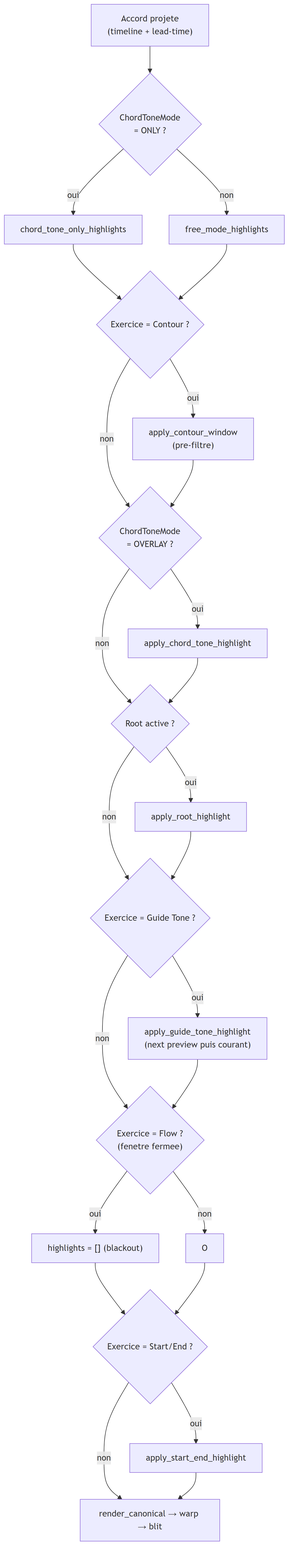
Above: rapport/figures/solution-technique/2Dbis-pipeline-d-overlays-dans-ren.png in AlexandreRiedo/leadsheet-utility (Mermaid), before the change. Its source is kept beside it as rapport/figures/solution-technique/2Dbis-pipeline-d-overlays-dans-ren.mmd.
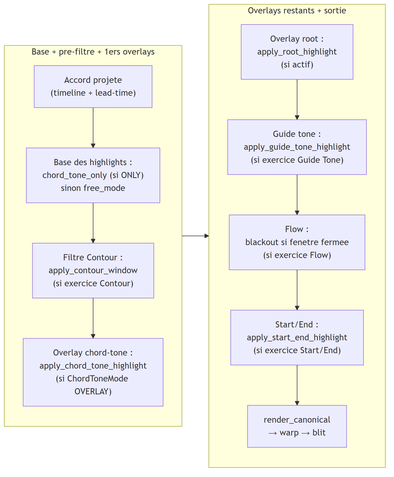
The same diagram one commit later.

Diff of the diagram source:
```diff
@@ -1,25 +1,15 @@
-flowchart TD
-    A["Accord projete<br/>(timeline + lead-time)"] --> B{"ChordToneMode<br/>= ONLY ?"}
-    B -- oui --> C["chord_tone_only_highlights"]
-    B -- non --> D["free_mode_highlights"]
-    C --> E{"Exercice = Contour ?"}
-    D --> E
-    E -- oui --> F["apply_contour_window<br/>(pre-filtre)"]
-    E -- non --> G
-    F --> G{"ChordToneMode<br/>= OVERLAY ?"}
-    G -- oui --> H["apply_chord_tone_highlight"]
-    G -- non --> I
-    H --> I{"Root active ?"}
-    I -- oui --> J["apply_root_highlight"]
-    I -- non --> K
-    J --> K{"Exercice = Guide Tone ?"}
-    K -- oui --> L["apply_guide_tone_highlight<br/>(next preview puis courant)"]
-    K -- non --> M
-    L --> M{"Exercice = Flow ?<br/>(fenetre fermee)"}
-    M -- oui --> N["highlights = [] (blackout)"]
-    M -- non --> O
-    N --> P
-    O --> P{"Exercice = Start/End ?"}
-    P -- oui --> Q["apply_start_end_highlight"]
-    P -- non --> R
-    Q --> R["render_canonical → warp → blit"]
+flowchart LR
+    subgraph col1 ["Base + pre-filtre + 1ers overlays"]
+        direction TB
+        A["Accord projete<br/>(timeline + lead-time)"] --> B["Base des highlights :<br/>chord_tone_only (si ONLY)<br/>sinon free_mode"]
+        B --> C["Filtre Contour :<br/>apply_contour_window<br/>(si exercice Contour)"]
+        C --> D["Overlay chord-tone :<br/>apply_chord_tone_highlight<br/>(si ChordToneMode OVERLAY)"]
+    end
+    subgraph col2 ["Overlays restants + sortie"]
+        direction TB
+        E["Overlay root :<br/>apply_root_highlight<br/>(si actif)"] --> F["Guide tone :<br/>apply_guide_tone_highlight<br/>(si exercice Guide Tone)"]
+        F --> G["Flow :<br/>blackout si fenetre fermee<br/>(si exercice Flow)"]
+        G --> H["Start/End :<br/>apply_start_end_highlight<br/>(si exercice Start/End)"]
+        H --> I["render_canonical<br/>→ warp → blit"]
+    end
+    col1 --> col2
```
